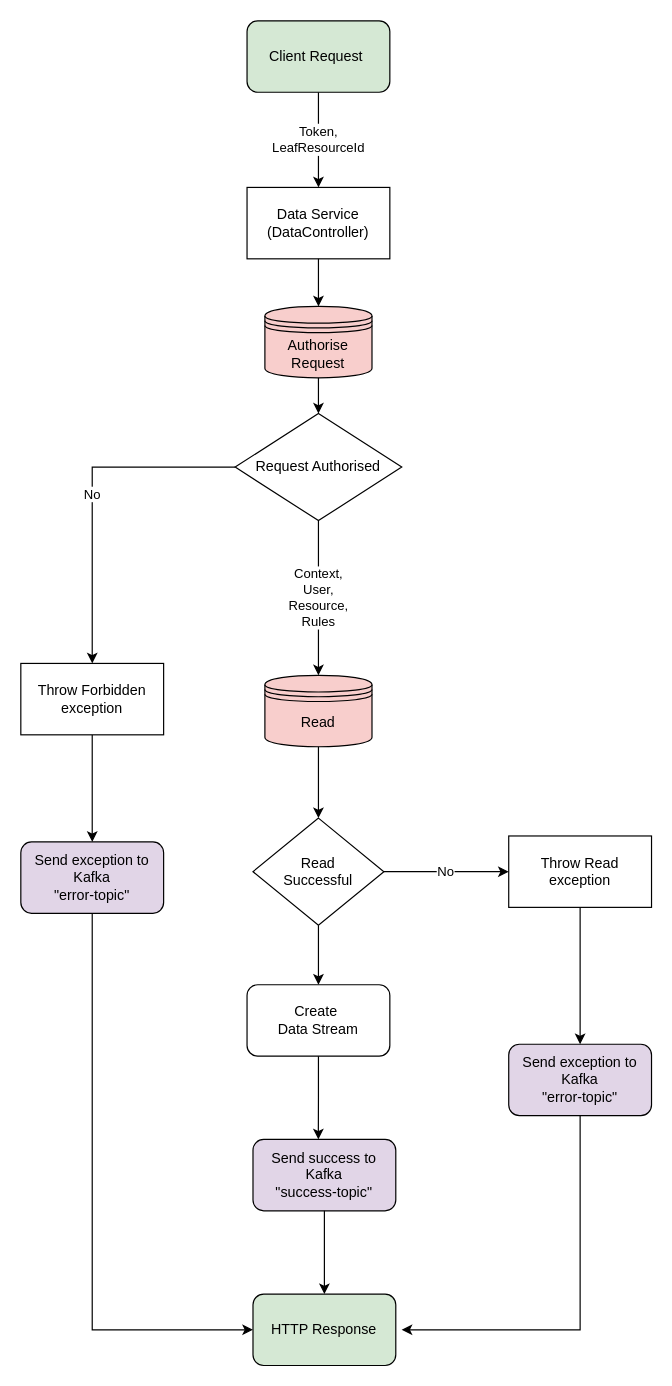
Above: data-service/doc/data-service.drawio in gchq/Palisade-services (draw.io), before the change. Source tidied: cells renumbered, new cells numbered last; positions are measured from the earlier drawing's top-left corner, leaving out a move shared by most shapes. Both pictures are drawn from the tidied source at 119%, with x=0, y=0 at pixel (20, 20).
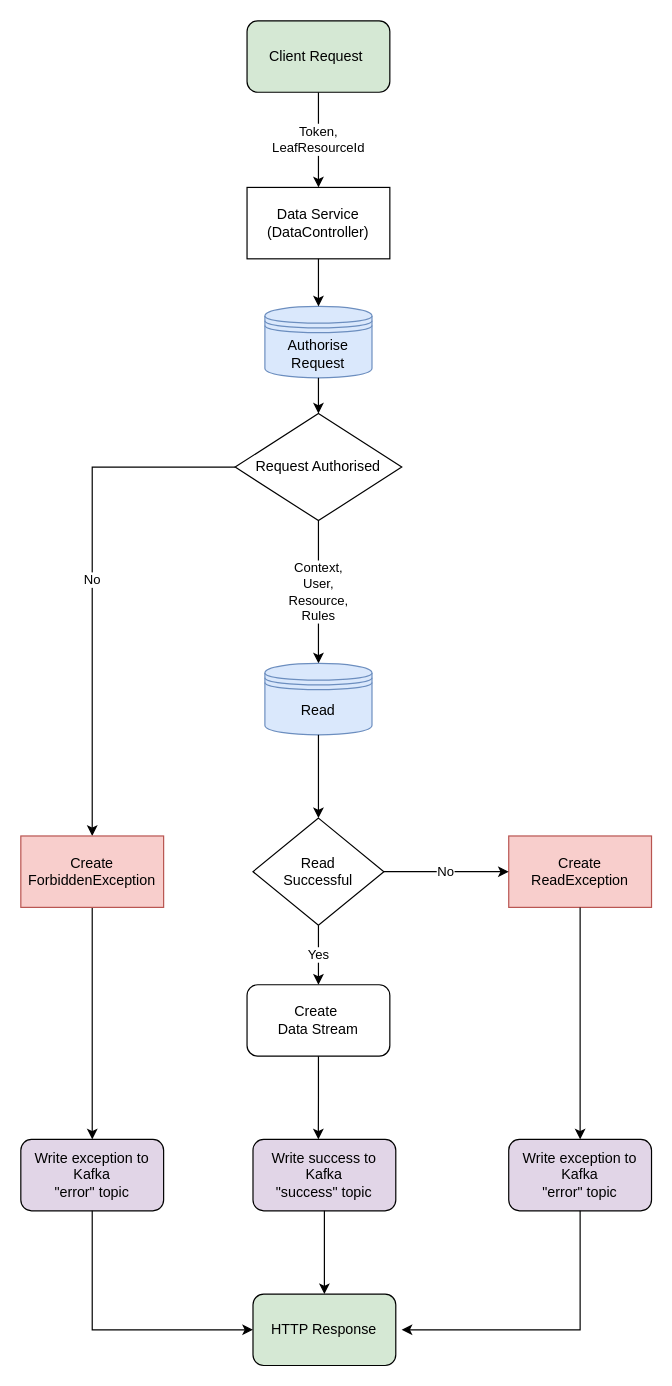
The same diagram, later.

Unchanged cells that the change refers to:
```xml
<mxCell id="13" value="Read&lt;br&gt;Successful" style="rhombus;whiteSpace=wrap;html=1;" parent="1" vertex="1">
  <mxGeometry x="195.1" y="670" width="110" height="90" as="geometry" />
</mxCell>
<mxCell id="22" value="&lt;div&gt;Create&amp;nbsp;&lt;/div&gt;&lt;div&gt;Data Stream&lt;/div&gt;" style="rounded=1;whiteSpace=wrap;html=1;" parent="1" vertex="1">
  <mxGeometry x="190.1" y="810" width="120" height="60" as="geometry" />
</mxCell>
```

Diff of the diagram source:
```diff
@@
-    <mxCell id="6" value="Throw Forbidden exception" style="rounded=0;whiteSpace=wrap;html=1;" parent="1" vertex="1">
-      <mxGeometry y="540" width="120" height="60" as="geometry" />
+    <mxCell id="6" value="Create ForbiddenException" style="rounded=0;whiteSpace=wrap;html=1;fillColor=#f8cecc;strokeColor=#b85450;" parent="1" vertex="1">
+      <mxGeometry y="685" width="120" height="60" as="geometry" />
     </mxCell>
-    <mxCell id="7" value="&lt;div&gt;&lt;span&gt;Send exception to Kafka&lt;/span&gt;&lt;/div&gt;&lt;div&gt;&lt;span&gt;&quot;error-topic&quot;&lt;br&gt;&lt;/span&gt;&lt;/div&gt;" style="rounded=1;whiteSpace=wrap;html=1;fillColor=#E1D5E7;" parent="1" vertex="1">
-      <mxGeometry y="690" width="120" height="60" as="geometry" />
+    <mxCell id="7" value="&lt;div&gt;&lt;span&gt;Write exception to Kafka&lt;/span&gt;&lt;/div&gt;&lt;div&gt;&lt;span&gt;&quot;error&quot; topic&lt;br&gt;&lt;/span&gt;&lt;/div&gt;" style="rounded=1;whiteSpace=wrap;html=1;fillColor=#E1D5E7;" parent="1" vertex="1">
+      <mxGeometry y="940" width="120" height="60" as="geometry" />
     </mxCell>
@@
-    <mxCell id="14" value="Throw Read exception" style="rounded=0;whiteSpace=wrap;html=1;" parent="1" vertex="1">
+    <mxCell id="14" value="Create ReadException" style="rounded=0;whiteSpace=wrap;html=1;fillColor=#f8cecc;strokeColor=#b85450;" parent="1" vertex="1">
       <mxGeometry x="410" y="685" width="120" height="60" as="geometry" />
     </mxCell>
@@
-    <mxCell id="16" value="&lt;div&gt;&lt;span&gt;Send exception to Kafka&lt;/span&gt;&lt;/div&gt;&lt;div&gt;&lt;span&gt;&quot;error-topic&quot;&lt;br&gt;&lt;/span&gt;&lt;/div&gt;" style="rounded=1;whiteSpace=wrap;html=1;fillColor=#E1D5E7;" parent="1" vertex="1">
-      <mxGeometry x="410" y="860" width="120" height="60" as="geometry" />
+    <mxCell id="16" value="&lt;div&gt;&lt;span&gt;Write exception to Kafka&lt;/span&gt;&lt;/div&gt;&lt;div&gt;&lt;span&gt;&quot;error&quot; topic&lt;br&gt;&lt;/span&gt;&lt;/div&gt;" style="rounded=1;whiteSpace=wrap;html=1;fillColor=#E1D5E7;" parent="1" vertex="1">
+      <mxGeometry x="410" y="940" width="120" height="60" as="geometry" />
     </mxCell>
@@
-    <mxCell id="18" style="edgeStyle=orthogonalEdgeStyle;rounded=0;jettySize=auto;html=1;exitX=0.5;exitY=1;exitDx=0;exitDy=0;" parent="1" edge="1" source="14">
-      <mxGeometry relative="1" as="geometry">
-        <mxPoint x="470" y="860" as="targetPoint" />
-      </mxGeometry>
+    <mxCell id="18" style="edgeStyle=orthogonalEdgeStyle;rounded=0;jettySize=auto;html=1;exitX=0.5;exitY=1;exitDx=0;exitDy=0;entryX=0.5;entryY=0;entryDx=0;entryDy=0;" parent="1" edge="1" source="14" target="16">
+      <mxGeometry relative="1" as="geometry" />
     </mxCell>
-    <mxCell id="19" value="&lt;div&gt;&lt;span&gt;Send success to Kafka&lt;/span&gt;&lt;/div&gt;&lt;div&gt;&lt;span&gt;&quot;success-topic&quot;&lt;br&gt;&lt;/span&gt;&lt;/div&gt;" style="rounded=1;whiteSpace=wrap;html=1;fillColor=#E1D5E7;" parent="1" vertex="1">
+    <mxCell id="19" value="&lt;div&gt;&lt;span&gt;Write success to Kafka&lt;/span&gt;&lt;/div&gt;&lt;div&gt;&lt;span&gt;&quot;success&quot; topic&lt;br&gt;&lt;/span&gt;&lt;/div&gt;" style="rounded=1;whiteSpace=wrap;html=1;fillColor=#E1D5E7;" parent="1" vertex="1">
       <mxGeometry x="195.1" y="940" width="120" height="60" as="geometry" />
     </mxCell>
-    <mxCell id="20" style="edgeStyle=orthogonalEdgeStyle;rounded=0;jettySize=auto;html=1;exitX=0.5;exitY=1;exitDx=0;exitDy=0;entryX=0.5;entryY=0;entryDx=0;entryDy=0;" parent="1" edge="1" source="13" target="22">
+    <mxCell id="20" value="Yes" style="edgeStyle=orthogonalEdgeStyle;rounded=0;jettySize=auto;html=1;exitX=0.5;exitY=1;exitDx=0;exitDy=0;entryX=0.5;entryY=0;entryDx=0;entryDy=0;" parent="1" edge="1" source="13" target="22">
       <mxGeometry relative="1" as="geometry" />
     </mxCell>
@@
-    <mxCell id="24" value="&lt;span&gt;Authorise Request&lt;/span&gt;" style="shape=datastore;whiteSpace=wrap;html=1;fillColor=#F8CECC;" parent="1" vertex="1">
+    <mxCell id="24" value="&lt;span&gt;Authorise Request&lt;/span&gt;" style="shape=datastore;whiteSpace=wrap;html=1;fillColor=#dae8fc;strokeColor=#6c8ebf;" parent="1" vertex="1">
       <mxGeometry x="205.1" y="240" width="90" height="60" as="geometry" />
     </mxCell>
-    <mxCell id="25" value="&lt;span&gt;Read&lt;/span&gt;" style="shape=datastore;whiteSpace=wrap;html=1;fillColor=#F8CECC;" parent="1" vertex="1">
-      <mxGeometry x="205.1" y="550" width="90" height="60" as="geometry" />
+    <mxCell id="25" value="&lt;span&gt;Read&lt;/span&gt;" style="shape=datastore;whiteSpace=wrap;html=1;fillColor=#dae8fc;strokeColor=#6c8ebf;" parent="1" vertex="1">
+      <mxGeometry x="205.1" y="540" width="90" height="60" as="geometry" />
     </mxCell>
```
